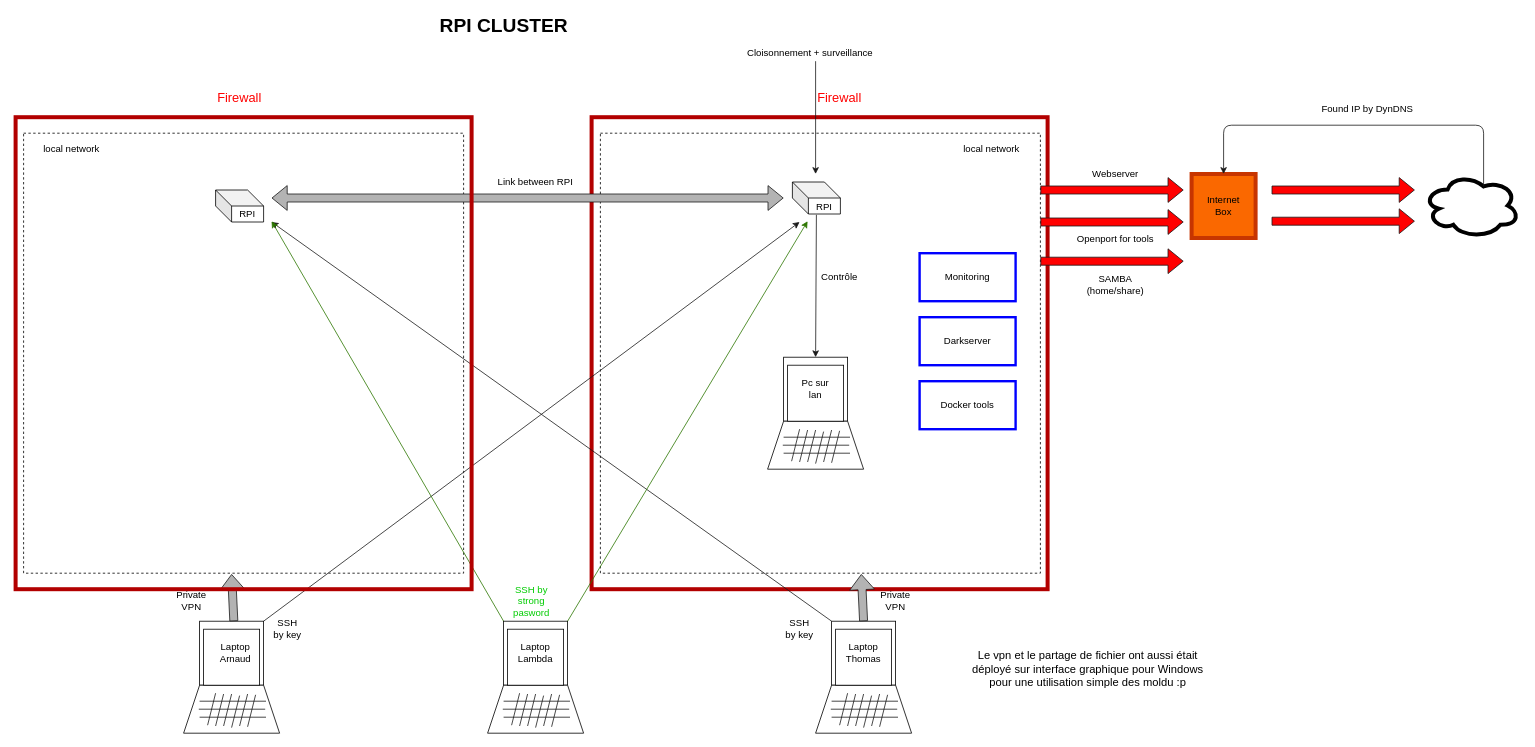
Above: RPI_SERVER.drawio in YNRA/RPI_SERVER (draw.io), before the change. Source tidied: cells renumbered, new cells numbered last; positions are measured from the earlier drawing's top-left corner, leaving out a move shared by most shapes. Both pictures are drawn from the tidied source at 80%, with x=0, y=0 at pixel (15, 21).
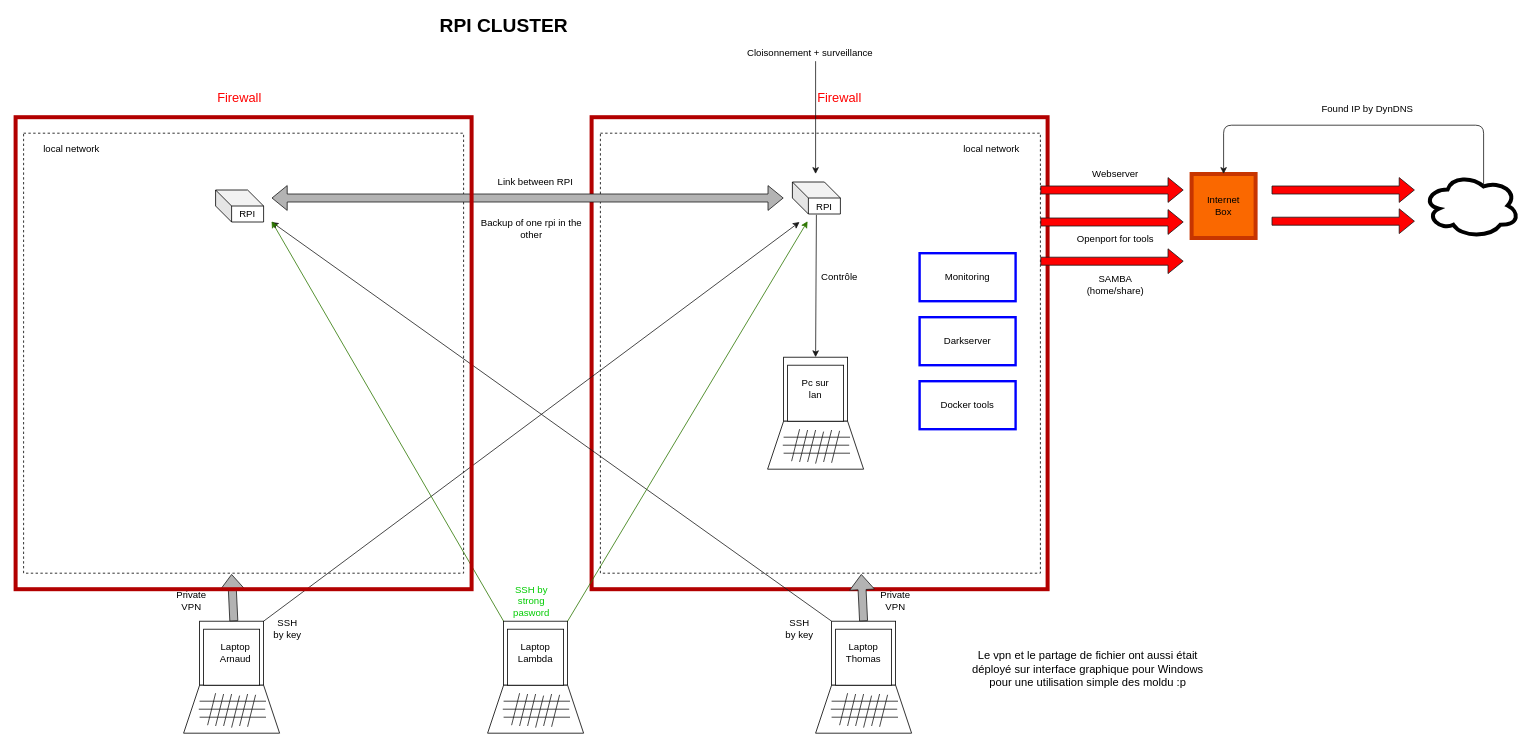
The same page after the edit.

The edit, as a diff of the source:
```diff
@@
+    <mxCell id="111" value="Backup of one rpi in the other" style="text;html=1;strokeColor=none;fillColor=none;align=center;verticalAlign=middle;whiteSpace=wrap;rounded=0;" parent="1" vertex="1">
+      <mxGeometry x="575" y="230" width="140" height="60" as="geometry" />
+    </mxCell>
```
